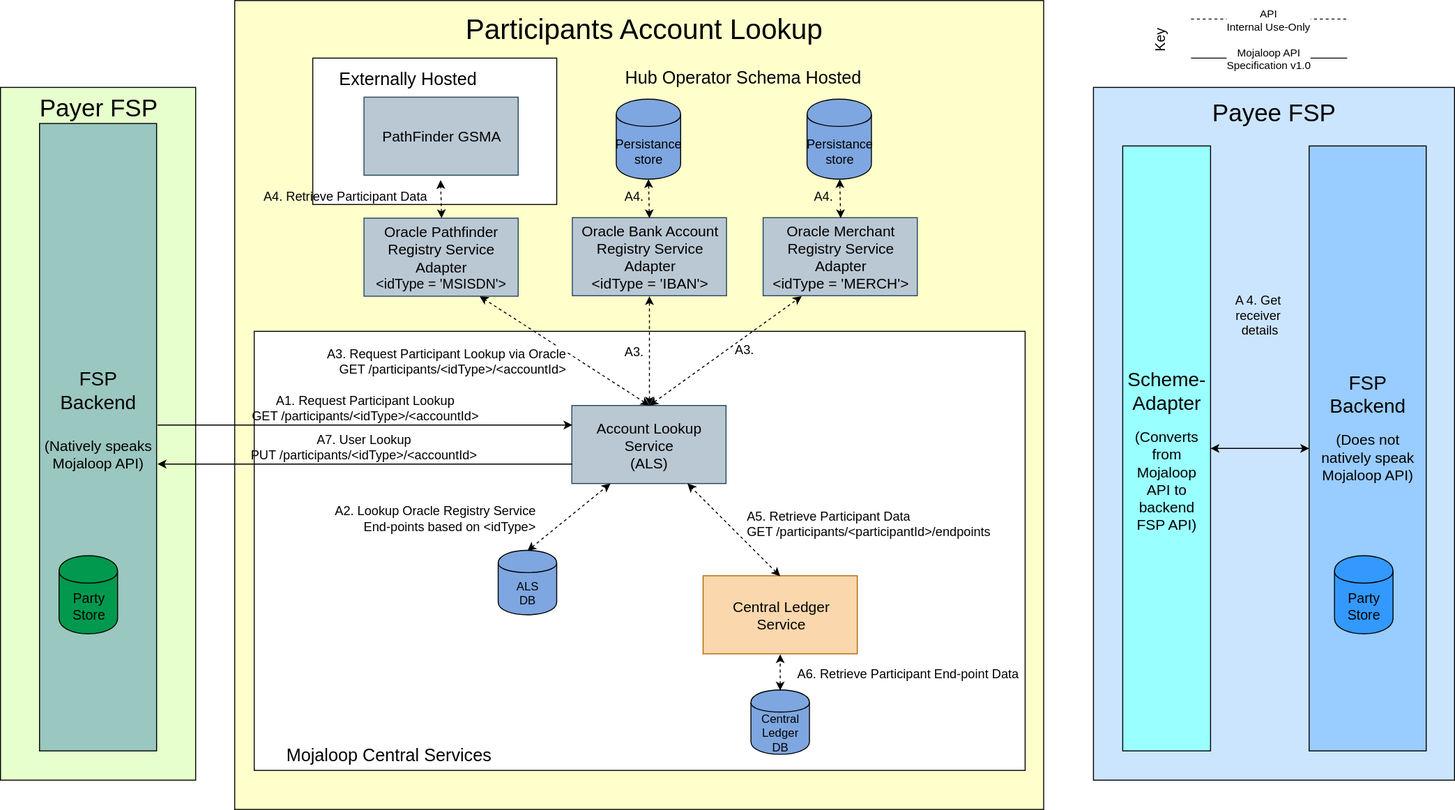
This is Diagrams/ArchitectureDiagrams/Arch-Flow-Account-Lookup-Paticipants.svg from mdebarros/docs, a draw.io export, as it was before one commit. Source tidied: cells renumbered, new cells last; positions are measured from the earlier drawing's top-left corner, leaving out a move shared by most shapes.
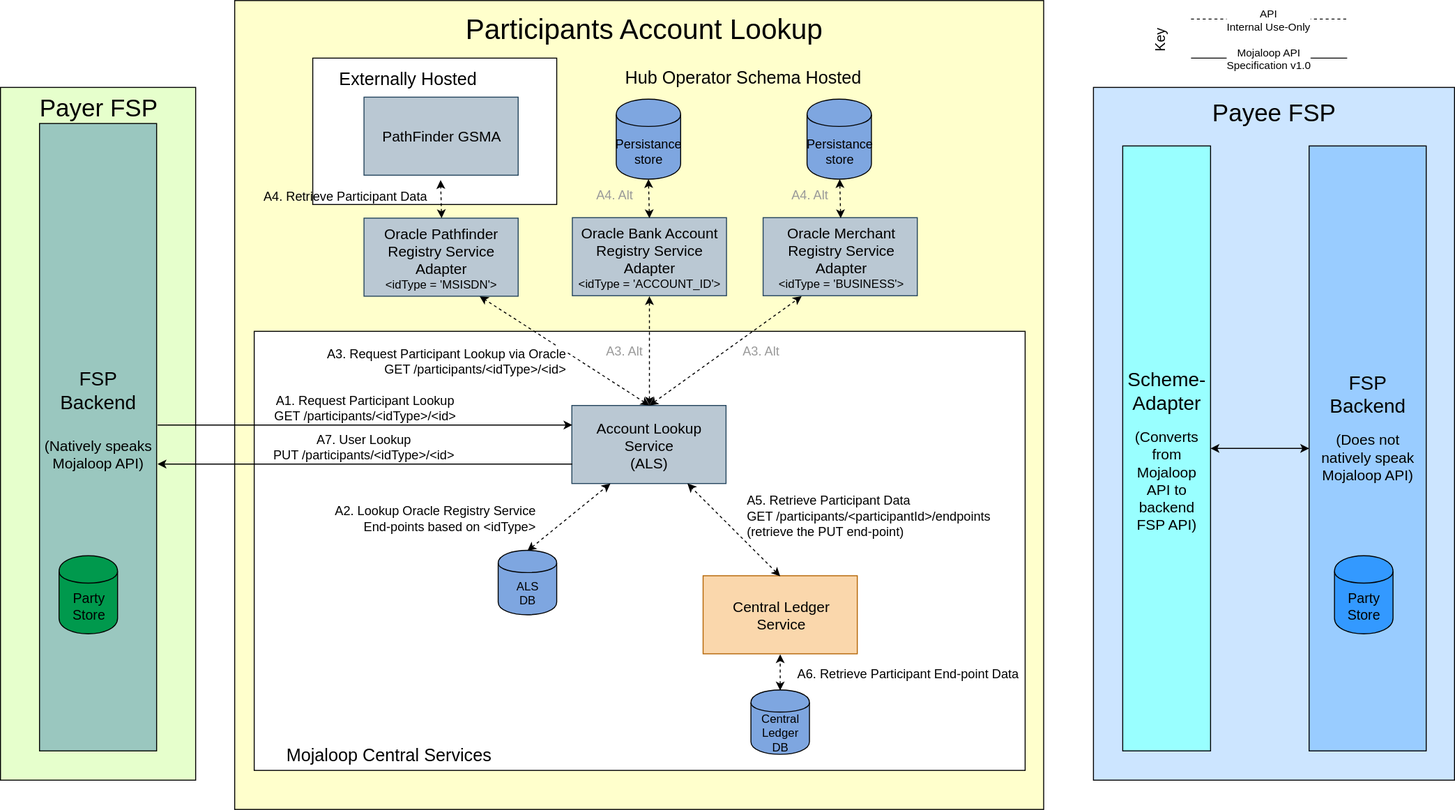
After the commit.

What changed in the source:
```diff
@@ -44,9 +44,6 @@
     <mxCell id="15" value="&lt;font&gt;Party&lt;br&gt;&lt;/font&gt;Store&lt;br&gt;" style="shape=cylinder;whiteSpace=wrap;html=1;boundedLbl=1;fillColor=#00994D;fontSize=14;fontColor=#000000;" parent="1" vertex="1">
       <mxGeometry x="60" y="569" width="60" height="80" as="geometry" />
     </mxCell>
-    <mxCell id="16" value="A 4. Get&amp;nbsp;&lt;br style=&quot;font-size: 13px&quot;&gt;receiver&amp;nbsp;&lt;br style=&quot;font-size: 13px&quot;&gt;details&lt;br style=&quot;font-size: 13px&quot;&gt;" style="text;html=1;strokeColor=none;fillColor=none;align=center;verticalAlign=middle;whiteSpace=wrap;rounded=0;fontSize=13;fontColor=#000000;" parent="1" vertex="1">
-      <mxGeometry x="1263" y="315" width="55" height="14" as="geometry" />
-    </mxCell>
     <mxCell id="17" style="endArrow=classic;startArrow=classic;html=1;fontSize=12;fontColor=#000000;entryX=0;entryY=0.5;entryDx=0;entryDy=0;exitX=1;exitY=0.5;exitDx=0;exitDy=0;strokeWidth=1;strokeColor=#000000;" parent="1" edge="1" source="9" target="8">
       <mxGeometry relative="1" as="geometry" />
     </mxCell>
@@ -65,12 +62,12 @@
     <mxCell id="21" style="endArrow=classic;startArrow=classic;html=1;fontColor=#000000;strokeColor=#000000;exitX=0.5;exitY=0;exitDx=0;exitDy=0;entryX=0.75;entryY=1;entryDx=0;entryDy=0;dashed=1;" parent="1" edge="1" source="20" target="7">
       <mxGeometry relative="1" as="geometry" />
     </mxCell>
-    <mxCell id="22" value="A5. Retrieve Participant Data &#10;GET /participants/&lt;participantId&gt;/endpoints&#10;" style="text;align=left;verticalAlign=middle;labelBackgroundColor=none;fontColor=#000000;fontSize=13;" parent="21" vertex="1">
+    <mxCell id="22" value="A5. Retrieve Participant Data &#10;GET /participants/&lt;participantId&gt;/endpoints&#10;(retrieve the PUT end-point)&#10;&#10;" style="text;align=left;verticalAlign=middle;labelBackgroundColor=none;fontColor=#000000;fontSize=13;" parent="21" vertex="1">
       <mxGeometry x="0.08" y="-1" relative="1" as="geometry">
         <mxPoint x="14.5" y="6" as="offset" />
       </mxGeometry>
     </mxCell>
-    <mxCell id="23" value="A1. Request Participant Lookup &lt;br&gt;GET /participants/&amp;lt;idType&amp;gt;/&amp;lt;accountId&amp;gt;" style="endArrow=classic;html=1;labelBackgroundColor=none;strokeColor=#000000;fontSize=13;fontColor=#000000;verticalAlign=bottom;entryX=0;entryY=0.25;entryDx=0;entryDy=0;fillColor=#aa00ff;" parent="1" edge="1" target="7">
+    <mxCell id="23" value="A1. Request Participant Lookup &lt;br&gt;GET /participants/&amp;lt;idType&amp;gt;/&amp;lt;id&amp;gt;" style="endArrow=classic;html=1;labelBackgroundColor=none;strokeColor=#000000;fontSize=13;fontColor=#000000;verticalAlign=bottom;entryX=0;entryY=0.25;entryDx=0;entryDy=0;fillColor=#aa00ff;" parent="1" edge="1" target="7">
       <mxGeometry relative="1" as="geometry">
         <mxPoint x="161" y="435" as="sourcePoint" />
       </mxGeometry>
@@ -78,16 +75,16 @@
     <mxCell id="24" style="endArrow=classic;startArrow=classic;html=1;fontSize=13;align=center;labelBackgroundColor=none;strokeColor=#000000;entryX=0.75;entryY=1;entryDx=0;entryDy=0;exitX=0.5;exitY=0;exitDx=0;exitDy=0;dashed=1;" parent="1" edge="1" source="7" target="33">
       <mxGeometry relative="1" as="geometry" />
     </mxCell>
-    <mxCell id="25" value="&lt;font color=&quot;#000000&quot;&gt;A3. Request Participant Lookup via Oracle&lt;br&gt;&lt;/font&gt;&lt;span&gt;GET /participants/&amp;lt;idType&amp;gt;/&amp;lt;&lt;/span&gt;&lt;span&gt;accountId&lt;/span&gt;&lt;span&gt;&amp;gt;&lt;/span&gt;&lt;font color=&quot;#000000&quot;&gt;&lt;br&gt;&lt;/font&gt;" style="text;html=1;align=right;verticalAlign=middle;labelBackgroundColor=#ffffff;fontSize=13;" parent="24" vertex="1">
+    <mxCell id="25" value="&lt;font color=&quot;#000000&quot;&gt;A3. Request Participant Lookup via Oracle&lt;br&gt;&lt;/font&gt;&lt;span&gt;GET /participants/&amp;lt;idType&amp;gt;/&amp;lt;&lt;/span&gt;&lt;span&gt;id&lt;/span&gt;&lt;span&gt;&amp;gt;&lt;/span&gt;&lt;font color=&quot;#000000&quot;&gt;&lt;br&gt;&lt;/font&gt;" style="text;html=1;align=right;verticalAlign=middle;labelBackgroundColor=#ffffff;fontSize=13;" parent="24" vertex="1">
       <mxGeometry x="0.12" relative="1" as="geometry">
         <mxPoint x="12.5" y="17" as="offset" />
       </mxGeometry>
     </mxCell>
-    <mxCell id="26" value="&lt;font style=&quot;font-size: 15px&quot;&gt;Oracle Merchant&lt;br&gt;Registry Service&lt;br&gt;Adapter&lt;br&gt;&lt;span&gt;&amp;lt;idType = 'MERCH'&amp;gt;&lt;/span&gt;&lt;br&gt;&lt;/font&gt;" style="rounded=0;whiteSpace=wrap;html=1;fillColor=#bac8d3;strokeColor=#23445d;fontColor=#000000;" parent="1" vertex="1">
+    <mxCell id="26" value="&lt;font&gt;&lt;span style=&quot;font-size: 15px&quot;&gt;Oracle Merchant&lt;/span&gt;&lt;br&gt;&lt;span style=&quot;font-size: 15px&quot;&gt;Registry Service&lt;/span&gt;&lt;br&gt;&lt;span style=&quot;font-size: 15px&quot;&gt;Adapter&lt;/span&gt;&lt;br&gt;&lt;font style=&quot;font-size: 12px&quot;&gt;&amp;lt;idType = 'BUSINESS'&amp;gt;&lt;/font&gt;&lt;br&gt;&lt;/font&gt;" style="rounded=0;whiteSpace=wrap;html=1;fillColor=#bac8d3;strokeColor=#23445d;fontColor=#000000;" parent="1" vertex="1">
       <mxGeometry x="781.5" y="222.5" width="158" height="80" as="geometry" />
     </mxCell>
-    <mxCell id="27" value="A4." style="endArrow=classic;startArrow=classic;html=1;fontSize=13;align=center;labelBackgroundColor=none;strokeColor=#000000;exitX=0.5;exitY=0;exitDx=0;exitDy=0;entryX=0.5;entryY=1;entryDx=0;entryDy=0;dashed=1;" parent="1" edge="1" source="26" target="19">
-      <mxGeometry x="0.12" y="16" relative="1" as="geometry" />
+    <mxCell id="27" value="A4. Alt" style="endArrow=classic;startArrow=classic;html=1;fontSize=13;align=center;labelBackgroundColor=none;strokeColor=#000000;exitX=0.5;exitY=0;exitDx=0;exitDy=0;entryX=0.5;entryY=1;entryDx=0;entryDy=0;dashed=1;fontColor=#999999;" parent="1" edge="1" source="26" target="19">
+      <mxGeometry x="0.24" y="30" relative="1" as="geometry" />
     </mxCell>
     <mxCell id="28" value="&lt;font color=&quot;#000000&quot;&gt;&lt;br&gt;&lt;/font&gt;" style="text;html=1;align=right;verticalAlign=middle;labelBackgroundColor=#ffffff;fontSize=13;" parent="27" vertex="1">
       <mxGeometry x="0.12" relative="1" as="geometry">
@@ -97,18 +94,18 @@
     <mxCell id="29" value="&lt;font&gt;Persistance store&lt;/font&gt;" style="shape=cylinder;whiteSpace=wrap;html=1;boundedLbl=1;fillColor=#7EA6E0;fontSize=13;spacingLeft=1;fontColor=#000000;" parent="1" vertex="1">
       <mxGeometry x="631" y="101" width="66" height="82" as="geometry" />
     </mxCell>
-    <mxCell id="30" value="&lt;font style=&quot;font-size: 15px&quot;&gt;Oracle Bank Account&lt;br&gt;Registry Service&lt;br&gt;Adapter&lt;br&gt;&lt;span&gt;&amp;lt;idType = 'IBAN'&amp;gt;&lt;/span&gt;&lt;br&gt;&lt;/font&gt;" style="rounded=0;whiteSpace=wrap;html=1;fillColor=#bac8d3;strokeColor=#23445d;fontColor=#000000;" parent="1" vertex="1">
+    <mxCell id="30" value="&lt;font&gt;&lt;span style=&quot;font-size: 15px&quot;&gt;Oracle Bank Account&lt;/span&gt;&lt;br&gt;&lt;span style=&quot;font-size: 15px&quot;&gt;Registry Service&lt;/span&gt;&lt;br&gt;&lt;span style=&quot;font-size: 15px&quot;&gt;Adapter&lt;/span&gt;&lt;br&gt;&lt;font style=&quot;font-size: 12px&quot;&gt;&amp;lt;idType = 'ACCOUNT_ID'&amp;gt;&lt;/font&gt;&lt;br&gt;&lt;/font&gt;" style="rounded=0;whiteSpace=wrap;html=1;fillColor=#bac8d3;strokeColor=#23445d;fontColor=#000000;" parent="1" vertex="1">
       <mxGeometry x="586" y="222.5" width="158" height="80" as="geometry" />
     </mxCell>
-    <mxCell id="31" value="A4." style="endArrow=classic;startArrow=classic;html=1;fontSize=13;align=center;labelBackgroundColor=none;strokeColor=#000000;exitX=0.5;exitY=0;exitDx=0;exitDy=0;entryX=0.5;entryY=1;entryDx=0;entryDy=0;dashed=1;" parent="1" edge="1" source="30" target="29">
-      <mxGeometry x="0.12" y="14" relative="1" as="geometry" />
+    <mxCell id="31" value="A4. Alt" style="endArrow=classic;startArrow=classic;html=1;fontSize=13;align=center;labelBackgroundColor=none;strokeColor=#000000;exitX=0.5;exitY=0;exitDx=0;exitDy=0;entryX=0.5;entryY=1;entryDx=0;entryDy=0;dashed=1;fontColor=#999999;" parent="1" edge="1" source="30" target="29">
+      <mxGeometry x="0.24" y="34" relative="1" as="geometry" />
     </mxCell>
     <mxCell id="32" value="&lt;font color=&quot;#000000&quot;&gt;&lt;br&gt;&lt;/font&gt;" style="text;html=1;align=right;verticalAlign=middle;labelBackgroundColor=#ffffff;fontSize=13;" parent="31" vertex="1">
       <mxGeometry x="0.12" relative="1" as="geometry">
         <mxPoint x="-9" y="5.5" as="offset" />
       </mxGeometry>
     </mxCell>
-    <mxCell id="33" value="&lt;font&gt;&lt;span style=&quot;font-size: 15px&quot;&gt;Oracle Pathfinder&lt;/span&gt;&lt;br&gt;&lt;span style=&quot;font-size: 15px&quot;&gt;Registry Service&lt;/span&gt;&lt;br&gt;&lt;span style=&quot;font-size: 15px&quot;&gt;Adapter&lt;/span&gt;&lt;br&gt;&lt;font style=&quot;font-size: 14px&quot;&gt;&amp;lt;idType = 'MSISDN'&amp;gt;&lt;/font&gt;&lt;br&gt;&lt;/font&gt;" style="rounded=0;whiteSpace=wrap;html=1;fillColor=#bac8d3;strokeColor=#23445d;fontColor=#000000;" parent="1" vertex="1">
+    <mxCell id="33" value="&lt;font&gt;&lt;span style=&quot;font-size: 15px&quot;&gt;Oracle Pathfinder&lt;/span&gt;&lt;br&gt;&lt;span style=&quot;font-size: 15px&quot;&gt;Registry Service&lt;/span&gt;&lt;br&gt;&lt;span style=&quot;font-size: 15px&quot;&gt;Adapter&lt;/span&gt;&lt;br&gt;&lt;font style=&quot;font-size: 12px&quot;&gt;&amp;lt;idType = 'MSISDN'&amp;gt;&lt;/font&gt;&lt;br&gt;&lt;/font&gt;" style="rounded=0;whiteSpace=wrap;html=1;fillColor=#bac8d3;strokeColor=#23445d;fontColor=#000000;" parent="1" vertex="1">
       <mxGeometry x="372.5" y="223" width="158" height="80" as="geometry" />
     </mxCell>
     <mxCell id="34" value="&lt;div style=&quot;text-align: right&quot;&gt;&lt;span&gt;A4. Retrieve Participant Data&lt;/span&gt;&lt;/div&gt;" style="endArrow=classic;startArrow=classic;html=1;fontSize=13;align=right;labelBackgroundColor=none;strokeColor=#000000;exitX=0.5;exitY=0;exitDx=0;exitDy=0;entryX=0.5;entryY=1;entryDx=0;entryDy=0;dashed=1;" parent="1" edge="1" source="33">
@@ -121,16 +118,16 @@
         <mxPoint x="-9" y="5.5" as="offset" />
       </mxGeometry>
     </mxCell>
-    <mxCell id="36" value="A3." style="endArrow=classic;startArrow=classic;html=1;fontSize=13;align=center;labelBackgroundColor=none;strokeColor=#000000;exitX=0.5;exitY=0;exitDx=0;exitDy=0;entryX=0.5;entryY=1;entryDx=0;entryDy=0;dashed=1;" parent="1" edge="1" source="7" target="30">
-      <mxGeometry x="-0.02" y="15" relative="1" as="geometry" />
+    <mxCell id="36" value="A3. Alt" style="endArrow=classic;startArrow=classic;html=1;fontSize=13;align=center;labelBackgroundColor=none;strokeColor=#000000;exitX=0.5;exitY=0;exitDx=0;exitDy=0;entryX=0.5;entryY=1;entryDx=0;entryDy=0;dashed=1;fontColor=#999999;" parent="1" edge="1" source="7" target="30">
+      <mxGeometry y="25" relative="1" as="geometry" />
     </mxCell>
     <mxCell id="37" value="&lt;font color=&quot;#000000&quot;&gt;&lt;br&gt;&lt;/font&gt;" style="text;html=1;align=right;verticalAlign=middle;labelBackgroundColor=#ffffff;fontSize=13;" parent="36" vertex="1">
       <mxGeometry x="0.12" relative="1" as="geometry">
         <mxPoint x="-9" y="5.5" as="offset" />
       </mxGeometry>
     </mxCell>
-    <mxCell id="38" value="A3." style="endArrow=classic;startArrow=classic;html=1;fontSize=13;align=center;labelBackgroundColor=none;strokeColor=#000000;entryX=0.25;entryY=1;entryDx=0;entryDy=0;exitX=0.5;exitY=0;exitDx=0;exitDy=0;dashed=1;" parent="1" edge="1" source="7" target="26">
-      <mxGeometry x="0.17" y="-11" relative="1" as="geometry" />
+    <mxCell id="38" value="A3. Alt" style="endArrow=classic;startArrow=classic;html=1;fontSize=13;align=center;labelBackgroundColor=none;strokeColor=#000000;entryX=0.25;entryY=1;entryDx=0;entryDy=0;exitX=0.5;exitY=0;exitDx=0;exitDy=0;dashed=1;fontColor=#999999;" parent="1" edge="1" source="7" target="26">
+      <mxGeometry x="0.31" y="-22" relative="1" as="geometry" />
     </mxCell>
     <mxCell id="39" value="&lt;font color=&quot;#000000&quot;&gt;&lt;br&gt;&lt;/font&gt;" style="text;html=1;align=right;verticalAlign=middle;labelBackgroundColor=#ffffff;fontSize=13;" parent="38" vertex="1">
       <mxGeometry x="0.12" relative="1" as="geometry">
@@ -140,7 +137,7 @@
     <mxCell id="40" value="&lt;font style=&quot;font-size: 18px&quot;&gt;Mojaloop Central Services&lt;/font&gt;" style="text;html=1;strokeColor=none;fillColor=none;align=center;verticalAlign=middle;whiteSpace=wrap;rounded=0;fontSize=29;fontColor=#000000;" parent="1" vertex="1">
       <mxGeometry x="267" y="749" width="262" height="40" as="geometry" />
     </mxCell>
-    <mxCell id="41" value="A7. User Lookup &lt;br&gt;PUT /participants/&amp;lt;idType&amp;gt;/&amp;lt;accountId&amp;gt;" style="endArrow=classic;html=1;labelBackgroundColor=none;strokeColor=#000000;fontSize=13;fontColor=#000000;exitX=0;exitY=0.75;exitDx=0;exitDy=0;verticalAlign=bottom;fillColor=#aa00ff;entryX=1.007;entryY=0.542;entryDx=0;entryDy=0;entryPerimeter=0;" parent="1" edge="1" source="7" target="10">
+    <mxCell id="41" value="A7. User Lookup &lt;br&gt;PUT /participants/&amp;lt;idType&amp;gt;/&amp;lt;id&amp;gt;" style="endArrow=classic;html=1;labelBackgroundColor=none;strokeColor=#000000;fontSize=13;fontColor=#000000;exitX=0;exitY=0.75;exitDx=0;exitDy=0;verticalAlign=bottom;fillColor=#aa00ff;entryX=1.007;entryY=0.542;entryDx=0;entryDy=0;entryPerimeter=0;" parent="1" edge="1" source="7" target="10">
       <mxGeometry relative="1" as="geometry" />
     </mxCell>
     <mxCell id="42" value="Central Ledger DB" style="shape=cylinder;whiteSpace=wrap;html=1;boundedLbl=1;fillColor=#7EA6E0;fontColor=#000000;" parent="1" vertex="1">
```
